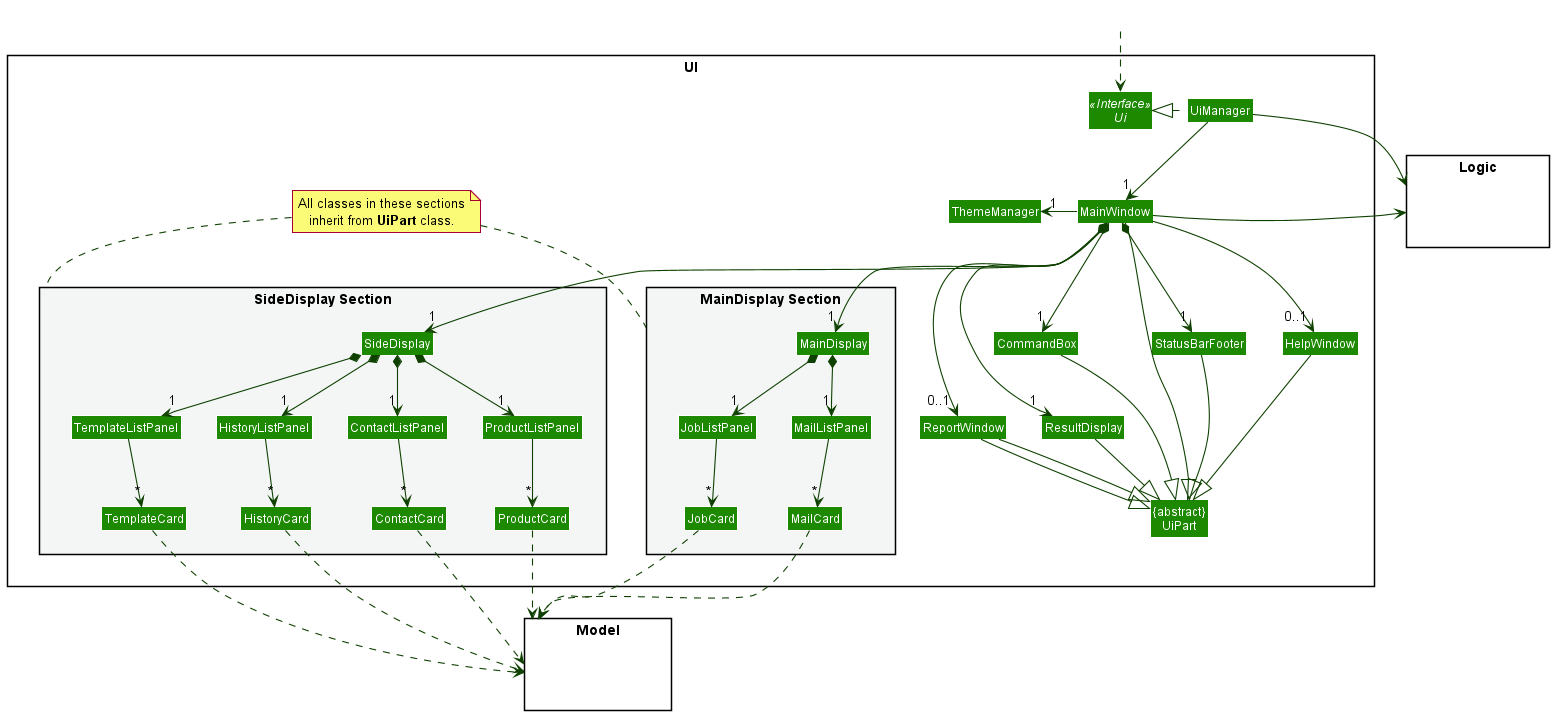
ooawagaeri/tp keeps this PlantUML diagram as docs/images/UiClassDiagram.png. Above is the earlier version.
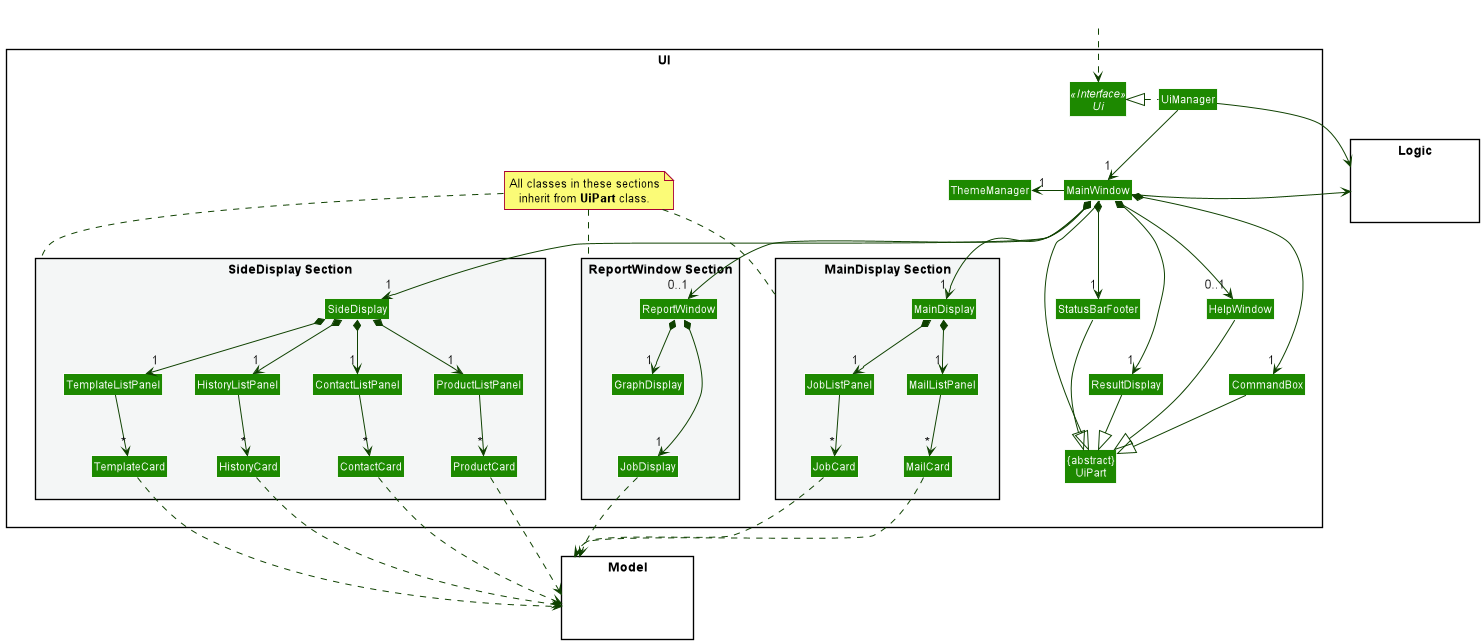
The same file after the commit.

Commit message:
Update model and Ui class diagrams.

Diff of the diagram source:
```diff
@@ -38,14 +38,20 @@
 Class HistoryCard
 }
 
+package "ReportWindow Section" #F4F6F6{
+Class ReportWindow
+Class GraphDisplay
+Class JobDisplay
+}
+
 Class StatusBarFooter
+Class HelpWindow
 
-Class HelpWindow
-Class ReportWindow
 
 note "All classes in these sections\ninherit from **UiPart** class." as N1
 N1 .. "SideDisplay Section"
 N1 .. "MainDisplay Section"
+N1 .. "ReportWindow Section"
 }
 
 
@@ -63,8 +69,6 @@
 Class HiddenOutside #FFFFFF
 HiddenOutside ..> Ui
 
-CommandBox -[hidden]down- ResultDisplay
-
 UiManager .left.|> Ui
 UiManager -down-> "1" MainWindow
 MainWindow -left-> "1" ThemeManager
@@ -75,6 +79,8 @@
 MainWindow *-down-> "1" StatusBarFooter
 MainWindow --> "0..1" HelpWindow
 MainWindow --> "0..1" ReportWindow
+HelpWindow -[hidden]- CommandBox
+StatusBarFooter -[hidden]- ResultDisplay
 
 MainWindow -left-|> UiPart
 
@@ -101,12 +107,15 @@
 TemplateCard .down.> Model
 HistoryCard .down.> Model
 
+ReportWindow *-down-> "1" GraphDisplay
+GraphDisplay -[hidden]down- JobDisplay
+ReportWindow *-down-> "1" JobDisplay
+JobDisplay .down.> Model
+
 CommandBox --|> UiPart
 ResultDisplay --|> UiPart
-ReportWindow --|> UiPart
 StatusBarFooter --|> UiPart
 HelpWindow --|> UiPart
-ReportWindow --|> UiPart
 
 MainWindow -[hidden]-|> UiPart
 @enduml
```
